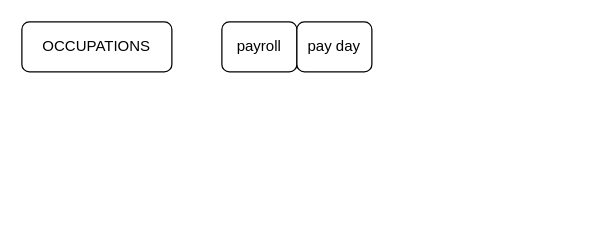
The draw.io diagram 职场英语.drawio in yanhanfrontend/draw.io.workspace, before the edit. Source tidied: cells renumbered, new cells numbered last; positions are measured from the earlier drawing's top-left corner, leaving out a move shared by most shapes. Both pictures are drawn from the tidied source at 125%, with x=0, y=0 at pixel (21, 21).
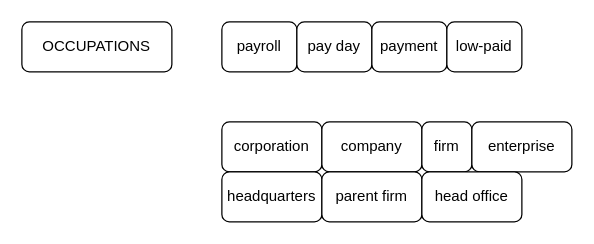
The same page after the edit.

Commit message (it also covers changes not shown here):
更新职场英语.drawio

What changed in the source:
```diff
@@
 <mxGraphModel>
   <root>
     <mxCell id="0" />
     <mxCell id="1" parent="0" />
     <mxCell id="2" value="OCCUPATIONS" style="rounded=1;whiteSpace=wrap;html=1;" parent="1" vertex="1">
       <mxGeometry width="120" height="40" as="geometry" />
     </mxCell>
     <mxCell id="3" value="payroll" style="rounded=1;whiteSpace=wrap;html=1;" parent="1" vertex="1">
       <mxGeometry x="160" width="60" height="40" as="geometry" />
     </mxCell>
     <mxCell id="4" value="pay day" style="rounded=1;whiteSpace=wrap;html=1;" parent="1" vertex="1">
       <mxGeometry x="220" width="60" height="40" as="geometry" />
     </mxCell>
+    <mxCell id="5" value="payment" style="rounded=1;whiteSpace=wrap;html=1;" parent="1" vertex="1">
+      <mxGeometry x="280" width="60" height="40" as="geometry" />
+    </mxCell>
+    <mxCell id="6" value="low-paid" style="rounded=1;whiteSpace=wrap;html=1;" parent="1" vertex="1">
+      <mxGeometry x="340" width="60" height="40" as="geometry" />
+    </mxCell>
+    <mxCell id="7" value="corporation" style="rounded=1;whiteSpace=wrap;html=1;" parent="1" vertex="1">
+      <mxGeometry x="160" y="80" width="80" height="40" as="geometry" />
+    </mxCell>
+    <mxCell id="8" value="company" style="rounded=1;whiteSpace=wrap;html=1;" parent="1" vertex="1">
+      <mxGeometry x="240" y="80" width="80" height="40" as="geometry" />
+    </mxCell>
+    <mxCell id="9" value="firm" style="rounded=1;whiteSpace=wrap;html=1;" parent="1" vertex="1">
+      <mxGeometry x="320" y="80" width="40" height="40" as="geometry" />
+    </mxCell>
+    <mxCell id="10" value="enterprise" style="rounded=1;whiteSpace=wrap;html=1;" parent="1" vertex="1">
+      <mxGeometry x="360" y="80" width="80" height="40" as="geometry" />
+    </mxCell>
+    <mxCell id="11" value="headquarters" style="rounded=1;whiteSpace=wrap;html=1;" parent="1" vertex="1">
+      <mxGeometry x="160" y="120" width="80" height="40" as="geometry" />
+    </mxCell>
+    <mxCell id="12" value="parent firm" style="rounded=1;whiteSpace=wrap;html=1;" parent="1" vertex="1">
+      <mxGeometry x="240" y="120" width="80" height="40" as="geometry" />
+    </mxCell>
+    <mxCell id="13" value="head office" style="rounded=1;whiteSpace=wrap;html=1;" parent="1" vertex="1">
+      <mxGeometry x="320" y="120" width="80" height="40" as="geometry" />
+    </mxCell>
   </root>
 </mxGraphModel>
```
